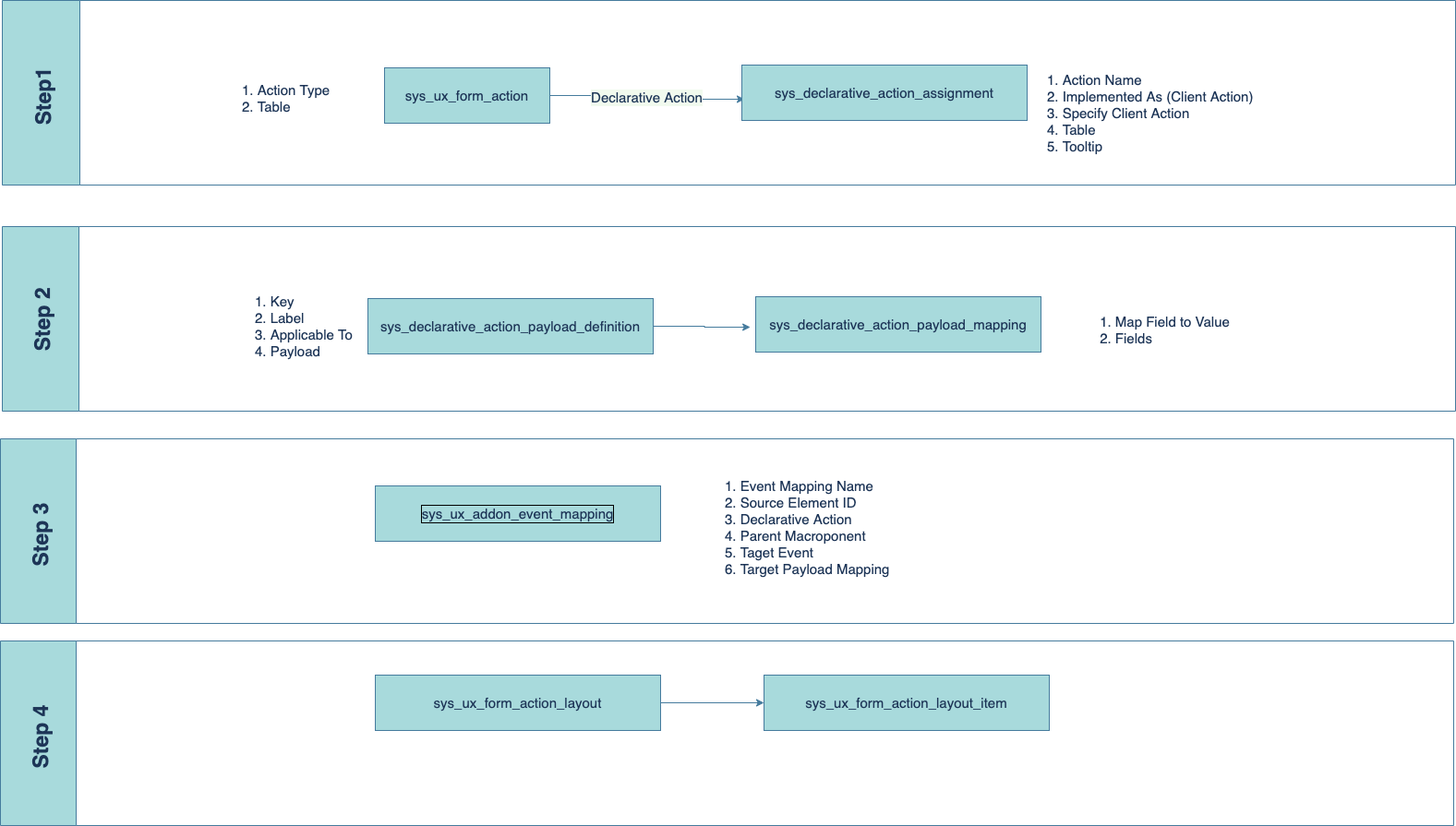
Earlier version of the draw.io export Servicenow/Actions.drawio.png (mukeshsingal/draw.io). Source tidied: cells renumbered, new cells last; positions are measured from the earlier drawing's top-left corner, leaving out a move shared by most shapes.
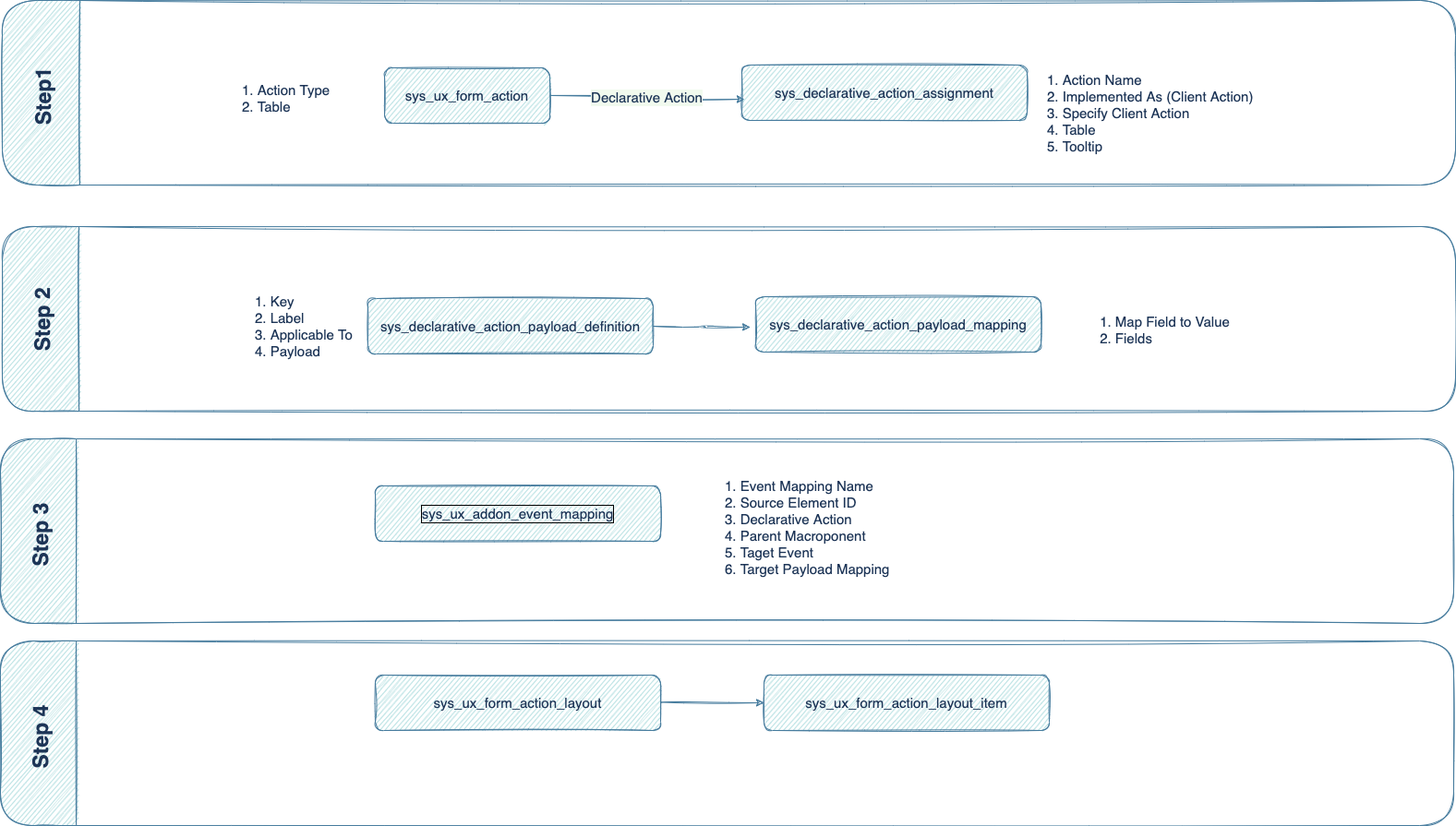
Later version of the same file.

The edit, as a diff of the source:
```diff
@@ -2,66 +2,66 @@
   <root>
     <mxCell id="0" />
     <mxCell id="1" parent="0" />
-    <mxCell id="2" style="edgeStyle=orthogonalEdgeStyle;rounded=0;jettySize=auto;html=1;fontSize=15;fontColor=#1D3557;labelBorderColor=default;strokeColor=#457B9D;labelBackgroundColor=#F1FAEE;" parent="1" edge="1" source="4">
+    <mxCell id="2" style="edgeStyle=orthogonalEdgeStyle;rounded=1;jettySize=auto;html=1;fontSize=15;fontColor=#1D3557;labelBorderColor=default;strokeColor=#457B9D;labelBackgroundColor=#F1FAEE;sketch=1;curved=1;" parent="1" edge="1" source="4">
       <mxGeometry relative="1" as="geometry">
         <mxPoint x="806" y="107" as="targetPoint" />
       </mxGeometry>
     </mxCell>
-    <mxCell id="3" value="Declarative Action" style="edgeLabel;html=1;align=center;verticalAlign=middle;fontSize=15;fontColor=#1D3557;labelBackgroundColor=#F1FAEE;" parent="2" vertex="1">
+    <mxCell id="3" value="Declarative Action" style="edgeLabel;html=1;align=center;verticalAlign=middle;fontSize=15;fontColor=#1D3557;labelBackgroundColor=#F1FAEE;sketch=1;rounded=1;" parent="2" vertex="1">
       <mxGeometry x="-0.01" y="-1" relative="1" as="geometry" />
     </mxCell>
-    <mxCell id="4" value="sys_ux_form_action" style="rounded=0;whiteSpace=wrap;html=1;fontSize=15;fillColor=#A8DADC;strokeColor=#457B9D;fontColor=#1D3557;" parent="1" vertex="1">
+    <mxCell id="4" value="sys_ux_form_action" style="rounded=1;whiteSpace=wrap;html=1;fontSize=15;fillColor=#A8DADC;strokeColor=#457B9D;fontColor=#1D3557;sketch=1;" parent="1" vertex="1">
       <mxGeometry x="416" y="73" width="179" height="60" as="geometry" />
     </mxCell>
-    <mxCell id="5" value="sys_declarative_action_assignment" style="rounded=0;whiteSpace=wrap;html=1;fontSize=15;fillColor=#A8DADC;strokeColor=#457B9D;fontColor=#1D3557;" parent="1" vertex="1">
+    <mxCell id="5" value="sys_declarative_action_assignment" style="rounded=1;whiteSpace=wrap;html=1;fontSize=15;fillColor=#A8DADC;strokeColor=#457B9D;fontColor=#1D3557;sketch=1;" parent="1" vertex="1">
       <mxGeometry x="803" y="70" width="309" height="60" as="geometry" />
     </mxCell>
-    <mxCell id="6" value="sys_ux_form_action_layout_item" style="rounded=0;whiteSpace=wrap;html=1;fontSize=15;fillColor=#A8DADC;strokeColor=#457B9D;fontColor=#1D3557;" parent="1" vertex="1">
+    <mxCell id="6" value="sys_ux_form_action_layout_item" style="rounded=1;whiteSpace=wrap;html=1;fontSize=15;fillColor=#A8DADC;strokeColor=#457B9D;fontColor=#1D3557;sketch=1;" parent="1" vertex="1">
       <mxGeometry x="827" y="731" width="309" height="60" as="geometry" />
     </mxCell>
-    <mxCell id="7" value="sys_ux_addon_event_mapping" style="rounded=0;whiteSpace=wrap;html=1;fontSize=15;fillColor=#A8DADC;strokeColor=#457B9D;fontColor=#1D3557;labelBorderColor=default;" parent="1" vertex="1">
+    <mxCell id="7" value="sys_ux_addon_event_mapping" style="rounded=1;whiteSpace=wrap;html=1;fontSize=15;fillColor=#A8DADC;strokeColor=#457B9D;fontColor=#1D3557;labelBorderColor=default;sketch=1;" parent="1" vertex="1">
       <mxGeometry x="406" y="526" width="309" height="60" as="geometry" />
     </mxCell>
-    <mxCell id="8" style="edgeStyle=orthogonalEdgeStyle;rounded=0;jettySize=auto;html=1;entryX=-0.019;entryY=0.55;entryDx=0;entryDy=0;entryPerimeter=0;fontSize=15;fontColor=#1D3557;strokeColor=#457B9D;labelBackgroundColor=#F1FAEE;" parent="1" edge="1" source="9" target="13">
+    <mxCell id="8" style="edgeStyle=orthogonalEdgeStyle;rounded=1;jettySize=auto;html=1;entryX=-0.019;entryY=0.55;entryDx=0;entryDy=0;entryPerimeter=0;fontSize=15;fontColor=#1D3557;strokeColor=#457B9D;labelBackgroundColor=#F1FAEE;sketch=1;curved=1;" parent="1" edge="1" source="9" target="13">
       <mxGeometry relative="1" as="geometry" />
     </mxCell>
-    <mxCell id="9" value="sys_declarative_action_payload_definition" style="rounded=0;whiteSpace=wrap;html=1;fontSize=15;fillColor=#A8DADC;strokeColor=#457B9D;fontColor=#1D3557;" parent="1" vertex="1">
+    <mxCell id="9" value="sys_declarative_action_payload_definition" style="rounded=1;whiteSpace=wrap;html=1;fontSize=15;fillColor=#A8DADC;strokeColor=#457B9D;fontColor=#1D3557;sketch=1;" parent="1" vertex="1">
       <mxGeometry x="398" y="323" width="309" height="60" as="geometry" />
     </mxCell>
-    <mxCell id="10" value="1. Action Type&lt;br&gt;2. Table" style="text;html=1;strokeColor=none;fillColor=none;align=left;verticalAlign=middle;whiteSpace=wrap;rounded=0;fontSize=15;fontColor=#1D3557;" parent="1" vertex="1">
+    <mxCell id="10" value="1. Action Type&lt;br&gt;2. Table" style="text;html=1;strokeColor=none;fillColor=none;align=left;verticalAlign=middle;whiteSpace=wrap;rounded=1;fontSize=15;fontColor=#1D3557;sketch=1;" parent="1" vertex="1">
       <mxGeometry x="260" y="91" width="123" height="30" as="geometry" />
     </mxCell>
-    <mxCell id="11" value="1. Action Name&lt;br&gt;2. Implemented As (Client Action)&lt;br&gt;3. Specify Client Action&lt;br&gt;4. Table&lt;br&gt;5. Tooltip" style="text;html=1;strokeColor=none;fillColor=none;align=left;verticalAlign=middle;whiteSpace=wrap;rounded=0;fontSize=15;fontColor=#1D3557;" parent="1" vertex="1">
+    <mxCell id="11" value="1. Action Name&lt;br&gt;2. Implemented As (Client Action)&lt;br&gt;3. Specify Client Action&lt;br&gt;4. Table&lt;br&gt;5. Tooltip" style="text;html=1;strokeColor=none;fillColor=none;align=left;verticalAlign=middle;whiteSpace=wrap;rounded=1;fontSize=15;fontColor=#1D3557;sketch=1;" parent="1" vertex="1">
       <mxGeometry x="1132" y="107" width="335" height="30" as="geometry" />
     </mxCell>
-    <mxCell id="12" value="1. Key&lt;br&gt;2. Label&lt;br&gt;3. Applicable To&lt;br&gt;4. Payload" style="text;html=1;strokeColor=none;fillColor=none;align=left;verticalAlign=middle;whiteSpace=wrap;rounded=0;fontSize=15;fontColor=#1D3557;" parent="1" vertex="1">
+    <mxCell id="12" value="1. Key&lt;br&gt;2. Label&lt;br&gt;3. Applicable To&lt;br&gt;4. Payload" style="text;html=1;strokeColor=none;fillColor=none;align=left;verticalAlign=middle;whiteSpace=wrap;rounded=1;fontSize=15;fontColor=#1D3557;sketch=1;" parent="1" vertex="1">
       <mxGeometry x="274" y="338" width="335" height="30" as="geometry" />
     </mxCell>
-    <mxCell id="13" value="sys_declarative_action_payload_mapping" style="rounded=0;whiteSpace=wrap;html=1;fontSize=15;fillColor=#A8DADC;strokeColor=#457B9D;fontColor=#1D3557;" parent="1" vertex="1">
+    <mxCell id="13" value="sys_declarative_action_payload_mapping" style="rounded=1;whiteSpace=wrap;html=1;fontSize=15;fillColor=#A8DADC;strokeColor=#457B9D;fontColor=#1D3557;sketch=1;" parent="1" vertex="1">
       <mxGeometry x="818" y="321" width="309" height="60" as="geometry" />
     </mxCell>
-    <mxCell id="14" value="1. Map Field to Value&lt;br&gt;&lt;div style=&quot;text-align: left;&quot;&gt;&lt;span style=&quot;background-color: initial;&quot;&gt;2. Fields&lt;/span&gt;&lt;/div&gt;" style="text;html=1;align=center;verticalAlign=middle;strokeColor=none;fillColor=none;fontSize=15;fontColor=#1D3557;" parent="1" vertex="1">
+    <mxCell id="14" value="1. Map Field to Value&lt;br&gt;&lt;div style=&quot;text-align: left;&quot;&gt;&lt;span style=&quot;background-color: initial;&quot;&gt;2. Fields&lt;/span&gt;&lt;/div&gt;" style="text;html=1;align=center;verticalAlign=middle;strokeColor=none;fillColor=none;fontSize=15;fontColor=#1D3557;sketch=1;rounded=1;" parent="1" vertex="1">
       <mxGeometry x="1181" y="333" width="159" height="48" as="geometry" />
     </mxCell>
-    <mxCell id="15" value="1. Event Mapping Name&lt;br&gt;2. Source Element ID&lt;br&gt;3. Declarative Action&lt;br&gt;4. Parent Macroponent&lt;br&gt;5. Taget Event&lt;br&gt;6. Target Payload Mapping" style="text;html=1;strokeColor=none;fillColor=none;align=left;verticalAlign=middle;whiteSpace=wrap;rounded=0;fontSize=15;fontColor=#1D3557;" parent="1" vertex="1">
+    <mxCell id="15" value="1. Event Mapping Name&lt;br&gt;2. Source Element ID&lt;br&gt;3. Declarative Action&lt;br&gt;4. Parent Macroponent&lt;br&gt;5. Taget Event&lt;br&gt;6. Target Payload Mapping" style="text;html=1;strokeColor=none;fillColor=none;align=left;verticalAlign=middle;whiteSpace=wrap;rounded=1;fontSize=15;fontColor=#1D3557;sketch=1;" parent="1" vertex="1">
       <mxGeometry x="783" y="556" width="335" height="30" as="geometry" />
     </mxCell>
-    <mxCell id="16" style="edgeStyle=orthogonalEdgeStyle;rounded=0;jettySize=auto;html=1;entryX=0;entryY=0.5;entryDx=0;entryDy=0;fontColor=#1D3557;strokeColor=#457B9D;fillColor=#A8DADC;" parent="1" edge="1" source="17" target="6">
+    <mxCell id="16" style="edgeStyle=orthogonalEdgeStyle;rounded=1;jettySize=auto;html=1;entryX=0;entryY=0.5;entryDx=0;entryDy=0;fontColor=#1D3557;strokeColor=#457B9D;fillColor=#A8DADC;sketch=1;curved=1;" parent="1" edge="1" source="17" target="6">
       <mxGeometry relative="1" as="geometry" />
     </mxCell>
-    <mxCell id="17" value="sys_ux_form_action_layout" style="rounded=0;whiteSpace=wrap;html=1;fontSize=15;fillColor=#A8DADC;strokeColor=#457B9D;fontColor=#1D3557;" parent="1" vertex="1">
+    <mxCell id="17" value="sys_ux_form_action_layout" style="rounded=1;whiteSpace=wrap;html=1;fontSize=15;fillColor=#A8DADC;strokeColor=#457B9D;fontColor=#1D3557;sketch=1;" parent="1" vertex="1">
       <mxGeometry x="406" y="731" width="309" height="60" as="geometry" />
     </mxCell>
-    <mxCell id="18" value="Step1 " style="swimlane;horizontal=0;fontColor=#1D3557;strokeColor=#457B9D;fillColor=#A8DADC;fontSize=23;startSize=84;" parent="1" vertex="1">
+    <mxCell id="18" value="Step1 " style="swimlane;horizontal=0;fontColor=#1D3557;strokeColor=#457B9D;fillColor=#A8DADC;fontSize=23;startSize=84;sketch=1;rounded=1;" parent="1" vertex="1">
       <mxGeometry x="2" width="1574" height="200" as="geometry" />
     </mxCell>
-    <mxCell id="19" value="Step 2" style="swimlane;horizontal=0;fontColor=#1D3557;strokeColor=#457B9D;fillColor=#A8DADC;fontSize=23;startSize=83;" parent="1" vertex="1">
+    <mxCell id="19" value="Step 2" style="swimlane;horizontal=0;fontColor=#1D3557;strokeColor=#457B9D;fillColor=#A8DADC;fontSize=23;startSize=83;sketch=1;rounded=1;" parent="1" vertex="1">
       <mxGeometry x="2" y="245" width="1574" height="200" as="geometry" />
     </mxCell>
-    <mxCell id="20" value="Step 3 " style="swimlane;horizontal=0;fontColor=#1D3557;strokeColor=#457B9D;fillColor=#A8DADC;fontSize=23;startSize=82;" parent="1" vertex="1">
+    <mxCell id="20" value="Step 3 " style="swimlane;horizontal=0;fontColor=#1D3557;strokeColor=#457B9D;fillColor=#A8DADC;fontSize=23;startSize=82;sketch=1;rounded=1;" parent="1" vertex="1">
       <mxGeometry y="475" width="1574" height="200" as="geometry" />
     </mxCell>
-    <mxCell id="21" value="Step 4 " style="swimlane;horizontal=0;fontColor=#1D3557;strokeColor=#457B9D;fillColor=#A8DADC;fontSize=23;startSize=82;" parent="1" vertex="1">
+    <mxCell id="21" value="Step 4 " style="swimlane;horizontal=0;fontColor=#1D3557;strokeColor=#457B9D;fillColor=#A8DADC;fontSize=23;startSize=82;sketch=1;rounded=1;" parent="1" vertex="1">
       <mxGeometry y="694" width="1574" height="200" as="geometry" />
     </mxCell>
   </root>
```
